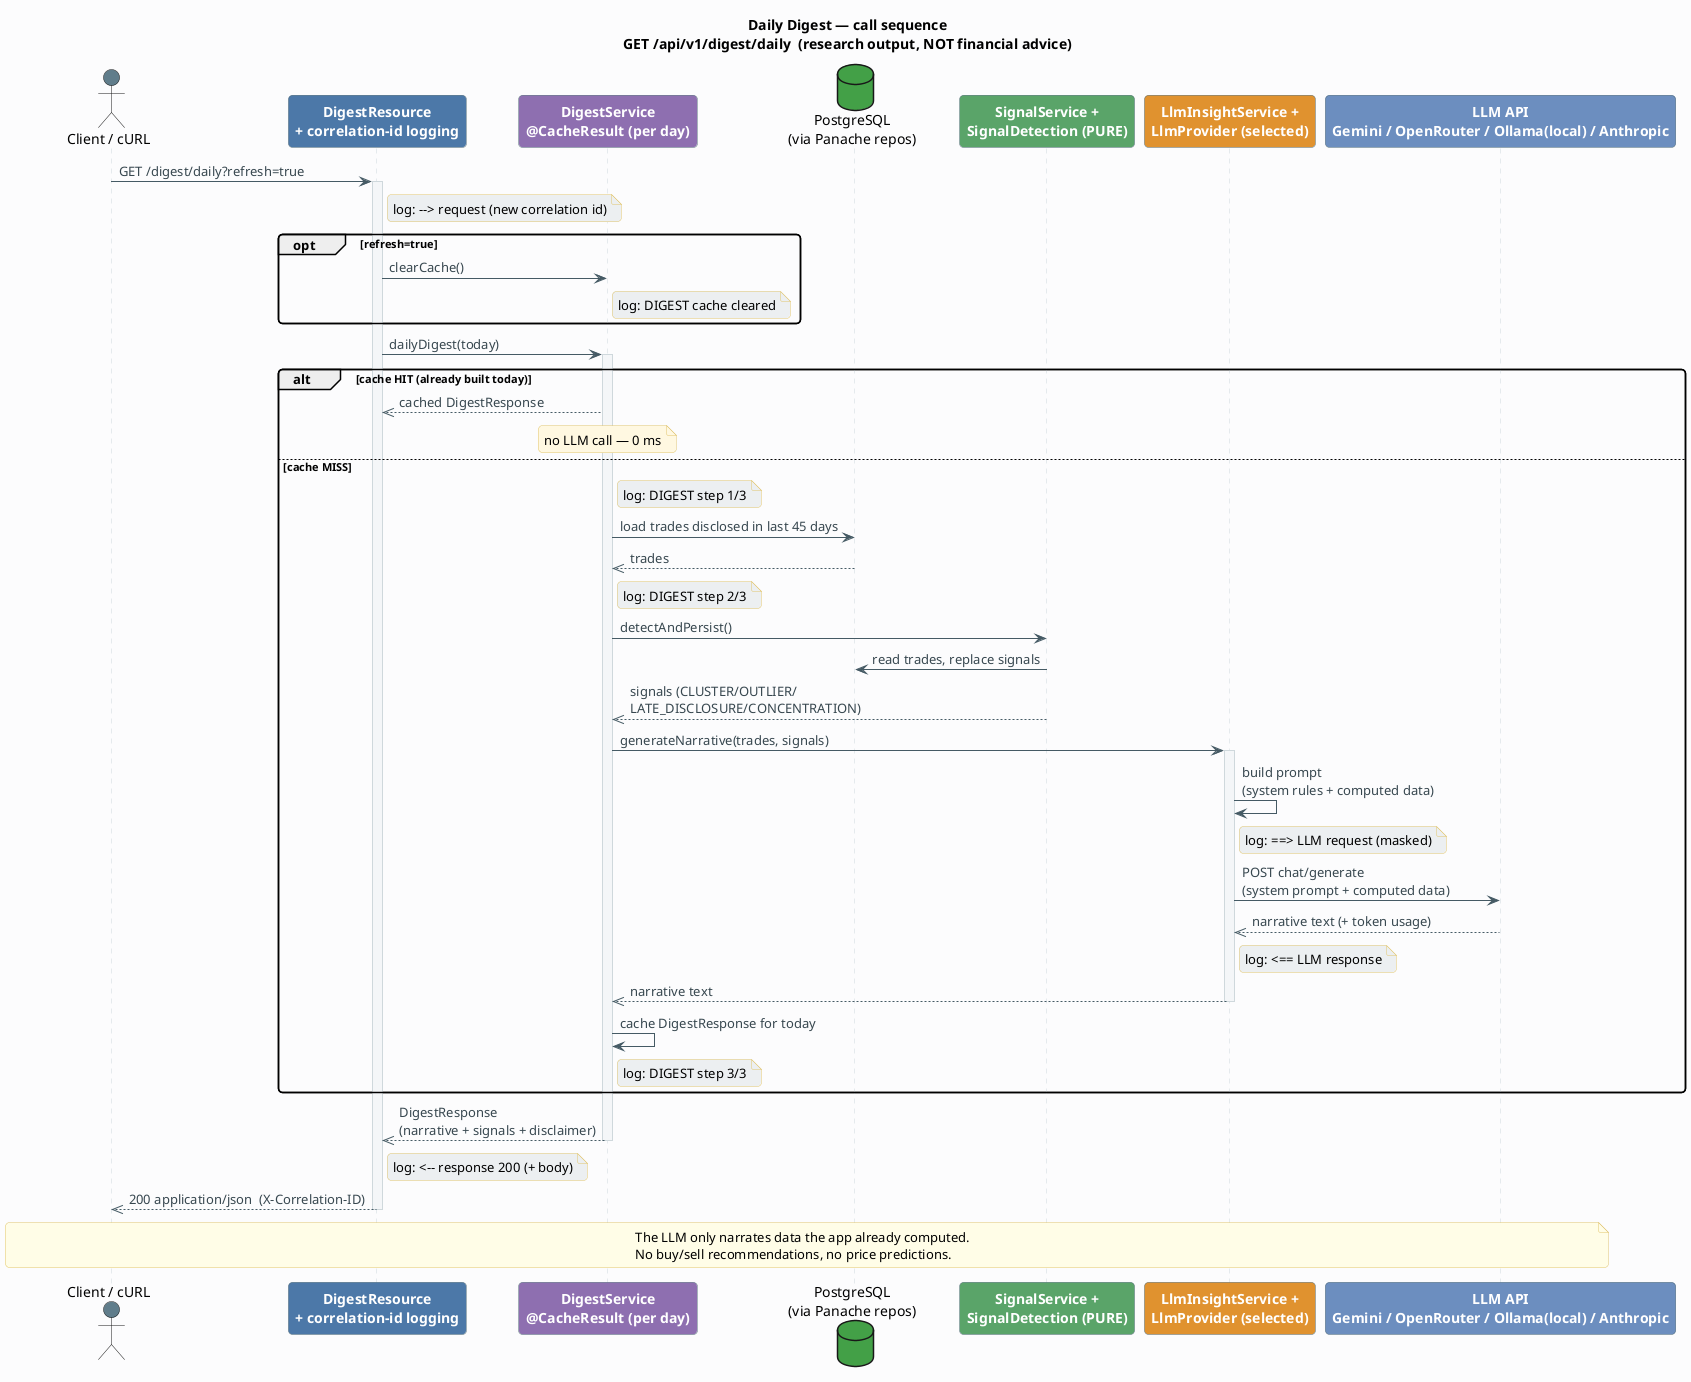
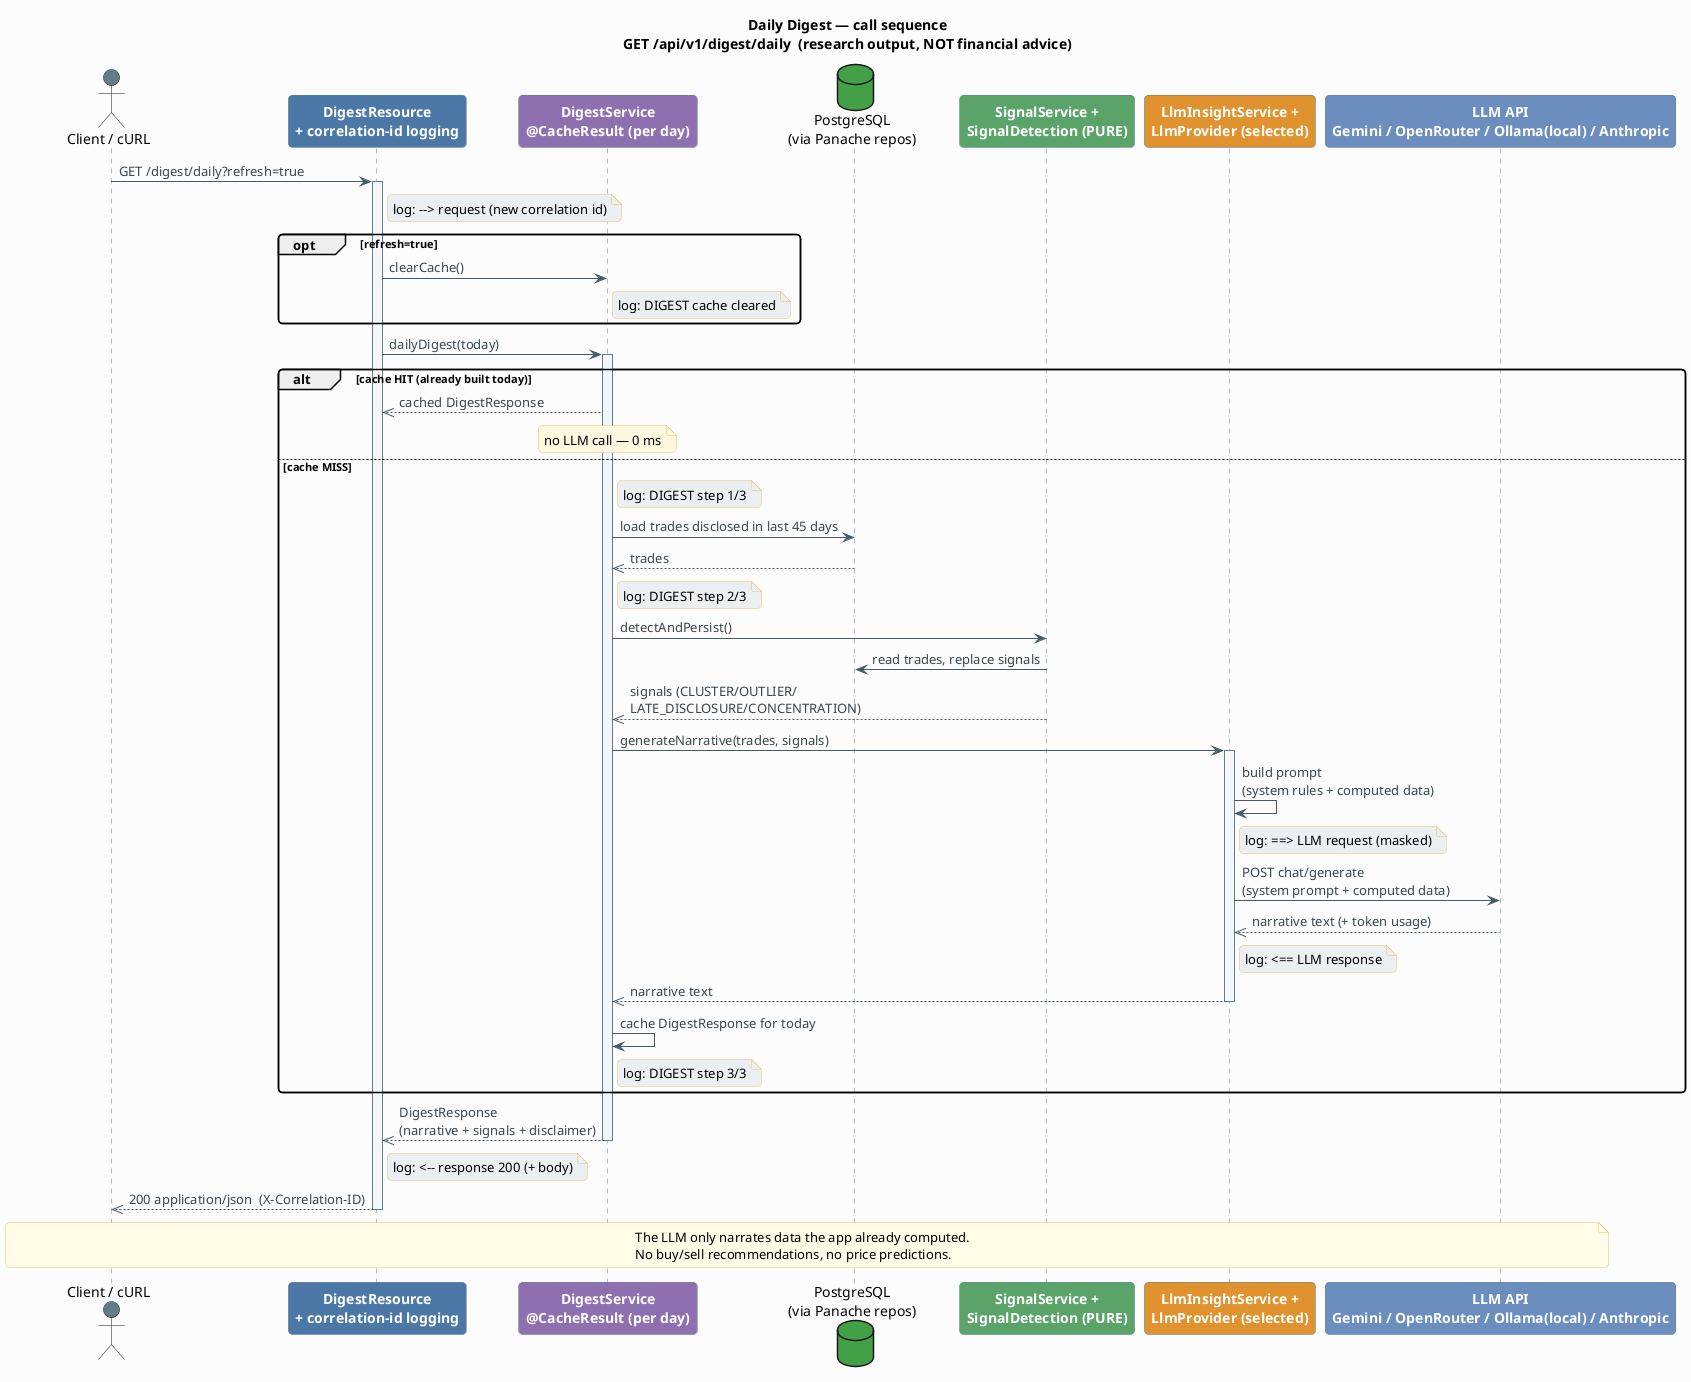
@startuml digest-sequence
title Daily Digest — call sequence\nGET /api/v1/digest/daily  (research output, NOT financial advice)

skinparam backgroundColor #FCFCFD
skinparam shadowing false
skinparam roundcorner 8
skinparam ArrowColor #455A64
skinparam ArrowFontColor #37474F
- skinparam sequenceLifeLineBorderColor #CFD8DC
+ skinparam sequenceLifeLineBorderColor #607D8B
+ skinparam sequenceLifeLineBorderThickness 2
skinparam sequenceLifeLineBackgroundColor #F4F6F8
skinparam noteBackgroundColor #FFF8E1
skinparam noteBorderColor #E0C46C
skinparam participant {
  BorderColor #546E7A
  FontColor #FFFFFF
  FontStyle bold
}

actor "Client / cURL" as C #607D8B
participant "DigestResource\n+ correlation-id logging" as API #4C78A8
participant "DigestService\n@CacheResult (per day)" as DS #8E6FB0
database "PostgreSQL\n(via Panache repos)" as DB #43A047
participant "SignalService +\nSignalDetection (PURE)" as SG #5AA469
participant "LlmInsightService +\nLlmProvider (selected)" as LM #E0922F
participant "LLM API\nGemini / OpenRouter / Ollama(local) / Anthropic" as GEM #6C8EBF

C -> API: GET /digest/daily?refresh=true
activate API
note right of API #ECEFF1: log: --> request (new correlation id)

opt refresh=true
  API -> DS: clearCache()
  note right of DS #ECEFF1: log: DIGEST cache cleared
end

API -> DS: dailyDigest(today)
activate DS

alt cache HIT (already built today)
  DS -->> API: cached DigestResponse
  note over DS: no LLM call — 0 ms
else cache MISS
  note right of DS #ECEFF1: log: DIGEST step 1/3
  DS -> DB: load trades disclosed in last 45 days
  DB -->> DS: trades

  note right of DS #ECEFF1: log: DIGEST step 2/3
  DS -> SG: detectAndPersist()
  SG -> DB: read trades, replace signals
  SG -->> DS: signals (CLUSTER/OUTLIER/\nLATE_DISCLOSURE/CONCENTRATION)

  DS -> LM: generateNarrative(trades, signals)
  activate LM
  LM -> LM: build prompt\n(system rules + computed data)
  note right of LM #ECEFF1: log: ==> LLM request (masked)
  LM -> GEM: POST chat/generate\n(system prompt + computed data)
  GEM -->> LM: narrative text (+ token usage)
  note right of LM #ECEFF1: log: <== LLM response
  LM -->> DS: narrative text
  deactivate LM

  DS -> DS: cache DigestResponse for today
  note right of DS #ECEFF1: log: DIGEST step 3/3
end

DS -->> API: DigestResponse\n(narrative + signals + disclaimer)
deactivate DS
note right of API #ECEFF1: log: <-- response 200 (+ body)
API -->> C: 200 application/json  (X-Correlation-ID)
deactivate API

note across #FFFDE7
  The LLM only narrates data the app already computed.
  No buy/sell recommendations, no price predictions.
end note
@enduml
